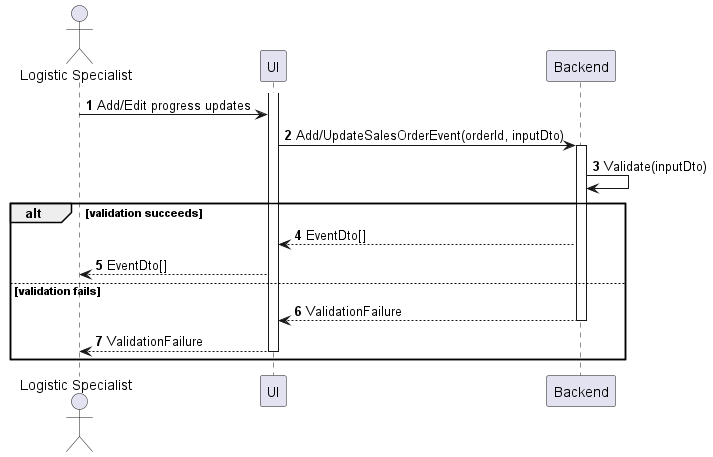
Earlier version of the PlantUML export sequences/sales-order-update-progress.png (phihungha/scmss-reqs).
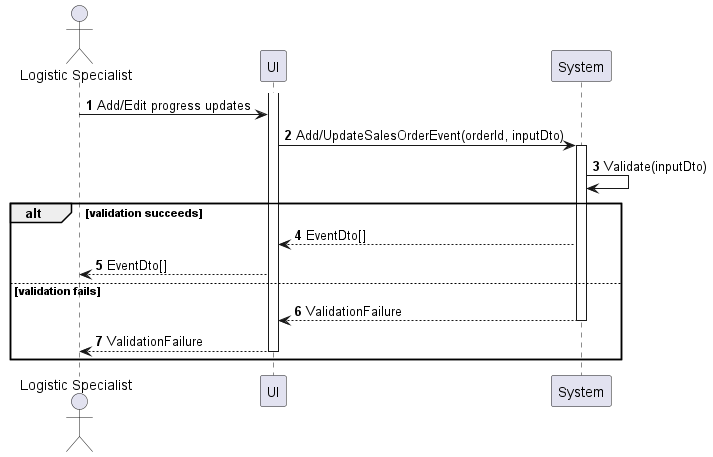
Later version of the same file.

What changed in the source:
```diff
@@ -3,7 +3,7 @@
 
 actor "Logistic Specialist" as a
 participant UI as f
-participant Backend as b
+participant System as b
 
 activate f
 a -> f : Add/Edit progress updates
```
